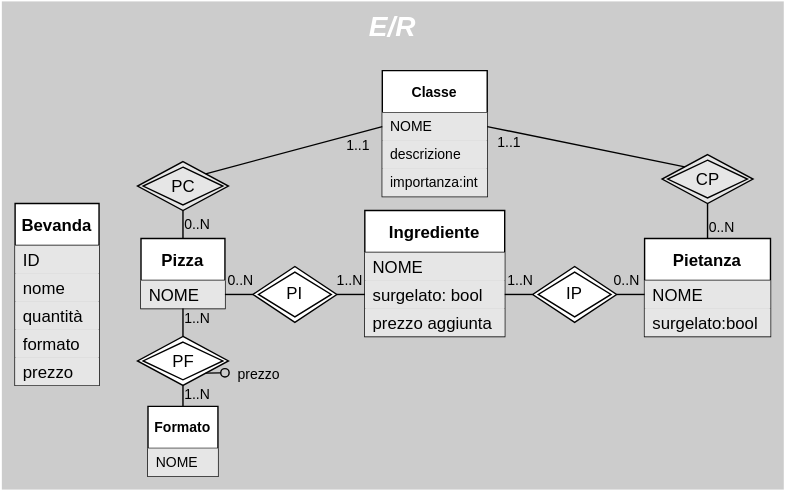
This is doc/assets/erCiclo1.svg from omismone/strapizzami, a draw.io export, as it was before one commit. Source tidied: cells renumbered, new cells last; positions are measured from the earlier drawing's top-left corner, leaving out a move shared by most shapes.
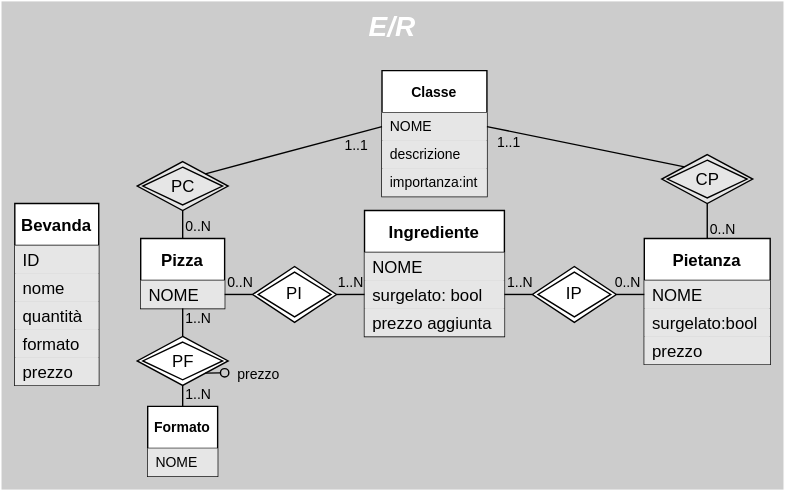
After the change.

The edit, as a diff of the source:
```diff
@@ -30,7 +30,7 @@
       <mxGeometry y="30" width="60" height="20" as="geometry" />
     </mxCell>
     <mxCell id="11" value="Pietanza" style="swimlane;fontStyle=1;horizontal=1;startSize=30;fillColor=#FFFFFF;strokeColor=#000000;" parent="1" vertex="1">
-      <mxGeometry x="460" y="170" width="90" height="70" as="geometry" />
+      <mxGeometry x="460" y="170" width="90" height="90" as="geometry" />
     </mxCell>
     <mxCell id="12" value="NOME" style="text;strokeColor=none;fillColor=#E6E6E6;align=left;verticalAlign=middle;spacingLeft=4;spacingRight=4;overflow=hidden;points=[[0,0.5],[1,0.5]];portConstraint=eastwest;" parent="11" vertex="1">
       <mxGeometry y="30" width="90" height="20" as="geometry" />
@@ -38,6 +38,9 @@
     <mxCell id="13" value="surgelato:bool" style="text;strokeColor=none;fillColor=#E6E6E6;align=left;verticalAlign=middle;spacingLeft=4;spacingRight=4;overflow=hidden;" parent="11" vertex="1">
       <mxGeometry y="50" width="90" height="20" as="geometry" />
     </mxCell>
+    <mxCell id="51" value="prezzo" style="text;strokeColor=none;fillColor=#E6E6E6;align=left;verticalAlign=middle;spacingLeft=4;spacingRight=4;overflow=hidden;" parent="11" vertex="1">
+      <mxGeometry y="70" width="90" height="20" as="geometry" />
+    </mxCell>
     <mxCell id="14" value="Ingrediente" style="swimlane;fontStyle=1;horizontal=1;startSize=30;fillColor=#FFFFFF;strokeColor=#000000;" parent="1" vertex="1">
       <mxGeometry x="260" y="150" width="100" height="90" as="geometry" />
     </mxCell>
```
